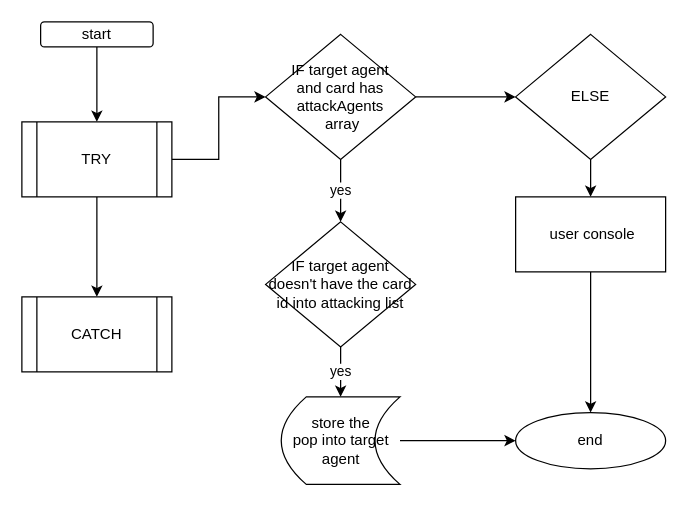
The draw.io diagram foodtruck/addAttackingAgentId.drawio in sivagit/diagrams, before the edit. Source tidied: cells renumbered, new cells numbered last; positions are measured from the earlier drawing's top-left corner, leaving out a move shared by most shapes. Both pictures are drawn from the tidied source at 125%, with x=0, y=0 at pixel (21, 21).
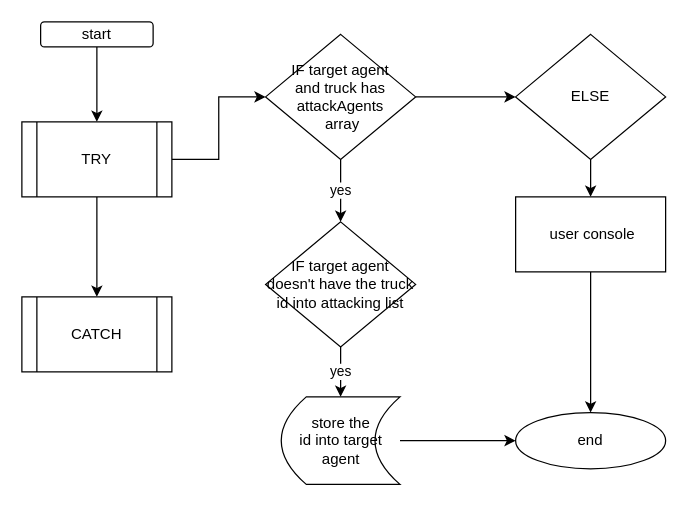
The same page after the edit.

Diff of the diagram source:
```diff
@@
 <mxGraphModel>
   <root>
     <mxCell id="0" />
     <mxCell id="1" parent="0" />
     <mxCell id="2" style="edgeStyle=orthogonalEdgeStyle;rounded=0;jettySize=auto;html=1;" parent="1" edge="1" source="3" target="6">
       <mxGeometry relative="1" as="geometry" />
     </mxCell>
     <mxCell id="3" value="start" style="rounded=1;whiteSpace=wrap;html=1;" parent="1" vertex="1">
       <mxGeometry x="15" width="90" height="20" as="geometry" />
     </mxCell>
     <mxCell id="4" style="edgeStyle=orthogonalEdgeStyle;rounded=0;jettySize=auto;html=1;" parent="1" edge="1" source="6" target="7">
       <mxGeometry relative="1" as="geometry" />
     </mxCell>
     <mxCell id="5" style="edgeStyle=orthogonalEdgeStyle;rounded=0;jettySize=auto;html=1;" parent="1" edge="1" source="6" target="10">
       <mxGeometry relative="1" as="geometry" />
     </mxCell>
     <mxCell id="6" value="TRY" style="shape=process;whiteSpace=wrap;html=1;backgroundOutline=1;" parent="1" vertex="1">
       <mxGeometry y="80" width="120" height="60" as="geometry" />
     </mxCell>
     <mxCell id="7" value="CATCH" style="shape=process;whiteSpace=wrap;html=1;backgroundOutline=1;" parent="1" vertex="1">
       <mxGeometry y="220" width="120" height="60" as="geometry" />
     </mxCell>
     <mxCell id="8" value="yes" style="edgeStyle=orthogonalEdgeStyle;rounded=0;jettySize=auto;html=1;" parent="1" edge="1" source="10" target="12">
       <mxGeometry relative="1" as="geometry" />
     </mxCell>
     <mxCell id="9" style="edgeStyle=orthogonalEdgeStyle;rounded=0;jettySize=auto;html=1;" parent="1" edge="1" source="10" target="16">
       <mxGeometry relative="1" as="geometry" />
     </mxCell>
-    <mxCell id="10" value="IF target agent &lt;br&gt;and card has attackAgents&lt;br&gt;&amp;nbsp;array" style="rhombus;whiteSpace=wrap;html=1;" parent="1" vertex="1">
+    <mxCell id="10" value="IF target agent &lt;br&gt;and truck has attackAgents&lt;br&gt;&amp;nbsp;array" style="rhombus;whiteSpace=wrap;html=1;" parent="1" vertex="1">
       <mxGeometry x="195" y="10" width="120" height="100" as="geometry" />
     </mxCell>
     <mxCell id="11" value="yes" style="edgeStyle=orthogonalEdgeStyle;rounded=0;jettySize=auto;html=1;" parent="1" edge="1" source="12" target="14">
       <mxGeometry relative="1" as="geometry" />
     </mxCell>
-    <mxCell id="12" value="IF target agent doesn't have the card id into attacking list" style="rhombus;whiteSpace=wrap;html=1;" parent="1" vertex="1">
+    <mxCell id="12" value="IF target agent doesn't have the truck id into attacking list" style="rhombus;whiteSpace=wrap;html=1;" parent="1" vertex="1">
       <mxGeometry x="195" y="160" width="120" height="100" as="geometry" />
     </mxCell>
     <mxCell id="13" style="edgeStyle=orthogonalEdgeStyle;rounded=0;jettySize=auto;html=1;" parent="1" edge="1" source="14" target="19">
       <mxGeometry relative="1" as="geometry" />
     </mxCell>
-    <mxCell id="14" value="store the &lt;br&gt;pop into target agent" style="shape=dataStorage;whiteSpace=wrap;html=1;fixedSize=1;" parent="1" vertex="1">
+    <mxCell id="14" value="store the &lt;br&gt;id into target agent" style="shape=dataStorage;whiteSpace=wrap;html=1;fixedSize=1;" parent="1" vertex="1">
       <mxGeometry x="207.5" y="300" width="95" height="70" as="geometry" />
     </mxCell>
     <mxCell id="15" style="edgeStyle=orthogonalEdgeStyle;rounded=0;jettySize=auto;html=1;" parent="1" edge="1" source="16" target="18">
       <mxGeometry relative="1" as="geometry" />
     </mxCell>
     <mxCell id="16" value="ELSE" style="rhombus;whiteSpace=wrap;html=1;" parent="1" vertex="1">
       <mxGeometry x="395" y="10" width="120" height="100" as="geometry" />
     </mxCell>
     <mxCell id="17" style="edgeStyle=orthogonalEdgeStyle;rounded=0;jettySize=auto;html=1;" parent="1" edge="1" source="18" target="19">
       <mxGeometry relative="1" as="geometry" />
     </mxCell>
     <mxCell id="18" value="&lt;span style=&quot;white-space: pre&quot;&gt; &lt;/span&gt;user console" style="rounded=0;whiteSpace=wrap;html=1;" parent="1" vertex="1">
       <mxGeometry x="395" y="140" width="120" height="60" as="geometry" />
     </mxCell>
     <mxCell id="19" value="end" style="ellipse;whiteSpace=wrap;html=1;" parent="1" vertex="1">
       <mxGeometry x="395" y="312.5" width="120" height="45" as="geometry" />
     </mxCell>
   </root>
 </mxGraphModel>
```
